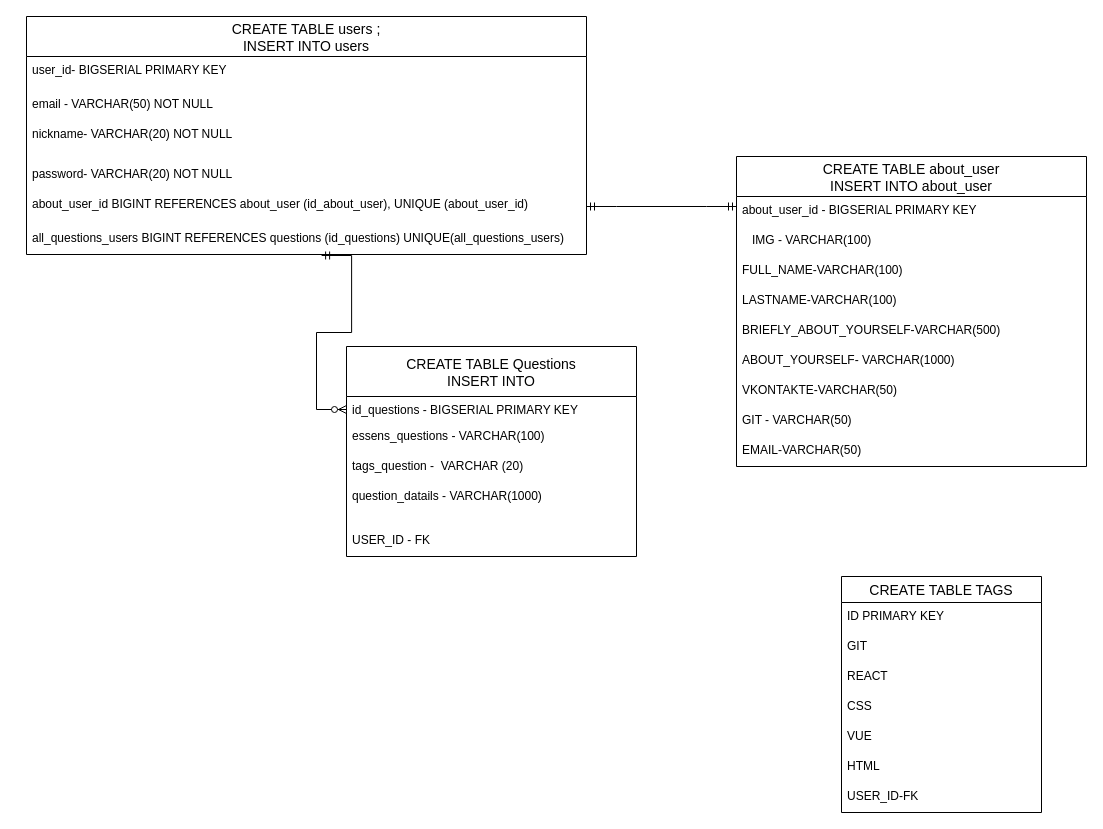
Above: Таблица сущностей2.drawio in AleksandrSmirnov92/BlogCopyHabr (draw.io), before the change. Source tidied: cells renumbered, new cells numbered last; positions are measured from the earlier drawing's top-left corner, leaving out a move shared by most shapes. Both pictures are drawn from the tidied source at 100%, with x=0, y=0 at pixel (26, 16).
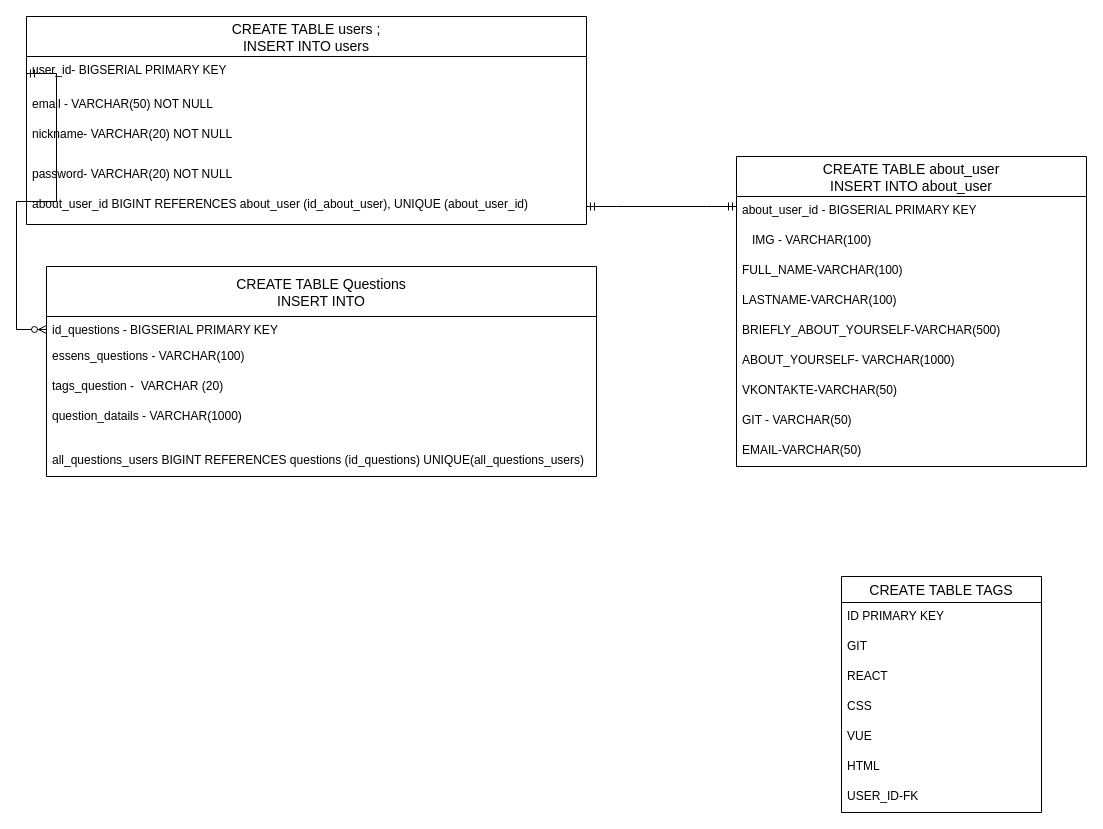
Above is the later version.

The change refers to these unchanged cells:
```xml
<mxCell id="3" value="user_id- BIGSERIAL PRIMARY KEY" style="text;strokeColor=none;fillColor=none;spacingLeft=4;spacingRight=4;overflow=hidden;points=[[0,0.5],[1,0.5]];portConstraint=eastwest;fontSize=12;" parent="2" vertex="1">
  <mxGeometry y="40" width="560" height="34" as="geometry" />
</mxCell>
```

Change to the diagram source:
```diff
@@
     <mxCell id="2" value="CREATE TABLE users ;&#10;INSERT INTO users" style="swimlane;fontStyle=0;horizontal=1;startSize=40;align=center;fontSize=14;" parent="1" vertex="1">
-      <mxGeometry width="560" height="238" as="geometry" />
+      <mxGeometry width="560" height="208" as="geometry" />
     </mxCell>
@@
-    <mxCell id="8" value="all_questions_users BIGINT REFERENCES questions (id_questions) UNIQUE(all_questions_users)" style="text;strokeColor=none;fillColor=none;spacingLeft=4;spacingRight=4;overflow=hidden;points=[[0,0.5],[1,0.5]];portConstraint=eastwest;fontSize=12;" parent="2" vertex="1">
-      <mxGeometry y="208" width="560" height="30" as="geometry" />
-    </mxCell>
@@
     <mxCell id="27" value="CREATE TABLE Questions&#10;INSERT INTO" style="swimlane;fontStyle=0;horizontal=1;startSize=50;align=center;fontSize=14;" parent="1" vertex="1">
-      <mxGeometry x="320" y="330" width="290" height="210" as="geometry" />
+      <mxGeometry x="20" y="250" width="550" height="210" as="geometry" />
     </mxCell>
     <mxCell id="28" value="id_questions - BIGSERIAL PRIMARY KEY" style="text;strokeColor=none;fillColor=none;spacingLeft=4;spacingRight=4;overflow=hidden;points=[[0,0.5],[1,0.5]];portConstraint=eastwest;fontSize=12;" parent="27" vertex="1">
-      <mxGeometry y="50" width="290" height="26" as="geometry" />
+      <mxGeometry y="50" width="550" height="26" as="geometry" />
     </mxCell>
     <mxCell id="29" value="essens_questions - VARCHAR(100)" style="text;strokeColor=none;fillColor=none;spacingLeft=4;spacingRight=4;overflow=hidden;fontSize=12;" parent="27" vertex="1">
-      <mxGeometry y="76" width="290" height="30" as="geometry" />
+      <mxGeometry y="76" width="550" height="30" as="geometry" />
     </mxCell>
     <mxCell id="30" value="tags_question -  VARCHAR (20)" style="text;strokeColor=none;fillColor=none;spacingLeft=4;spacingRight=4;overflow=hidden;fontSize=12;" parent="27" vertex="1">
-      <mxGeometry y="106" width="290" height="30" as="geometry" />
+      <mxGeometry y="106" width="550" height="30" as="geometry" />
     </mxCell>
     <mxCell id="31" value="question_datails - VARCHAR(1000)" style="text;strokeColor=none;fillColor=none;spacingLeft=4;spacingRight=4;overflow=hidden;fontSize=12;" parent="27" vertex="1">
-      <mxGeometry y="136" width="290" height="44" as="geometry" />
+      <mxGeometry y="136" width="550" height="44" as="geometry" />
     </mxCell>
-    <mxCell id="32" value="USER_ID - FK" style="text;strokeColor=none;fillColor=none;spacingLeft=4;spacingRight=4;overflow=hidden;fontSize=12;" parent="27" vertex="1">
-      <mxGeometry y="180" width="290" height="30" as="geometry" />
-    </mxCell>
+    <mxCell id="8" value="all_questions_users BIGINT REFERENCES questions (id_questions) UNIQUE(all_questions_users)" style="text;strokeColor=none;fillColor=none;spacingLeft=4;spacingRight=4;overflow=hidden;points=[[0,0.5],[1,0.5]];portConstraint=eastwest;fontSize=12;" parent="27" vertex="1">
+      <mxGeometry y="180" width="550" height="30" as="geometry" />
+    </mxCell>
@@
-    <mxCell id="34" style="edgeStyle=entityRelationEdgeStyle;fontSize=12;html=1;endArrow=ERzeroToMany;startArrow=ERmandOne;rounded=0;exitX=0.527;exitY=1.033;exitDx=0;exitDy=0;exitPerimeter=0;entryX=0;entryY=0.5;entryDx=0;entryDy=0;" parent="1" edge="1" source="8" target="28">
+    <mxCell id="34" style="edgeStyle=entityRelationEdgeStyle;fontSize=12;html=1;endArrow=ERzeroToMany;startArrow=ERmandOne;rounded=0;entryX=0;entryY=0.5;entryDx=0;entryDy=0;exitX=0;exitY=0.5;exitDx=0;exitDy=0;" parent="1" edge="1" source="3" target="28">
       <mxGeometry relative="1" as="geometry" />
     </mxCell>
```
